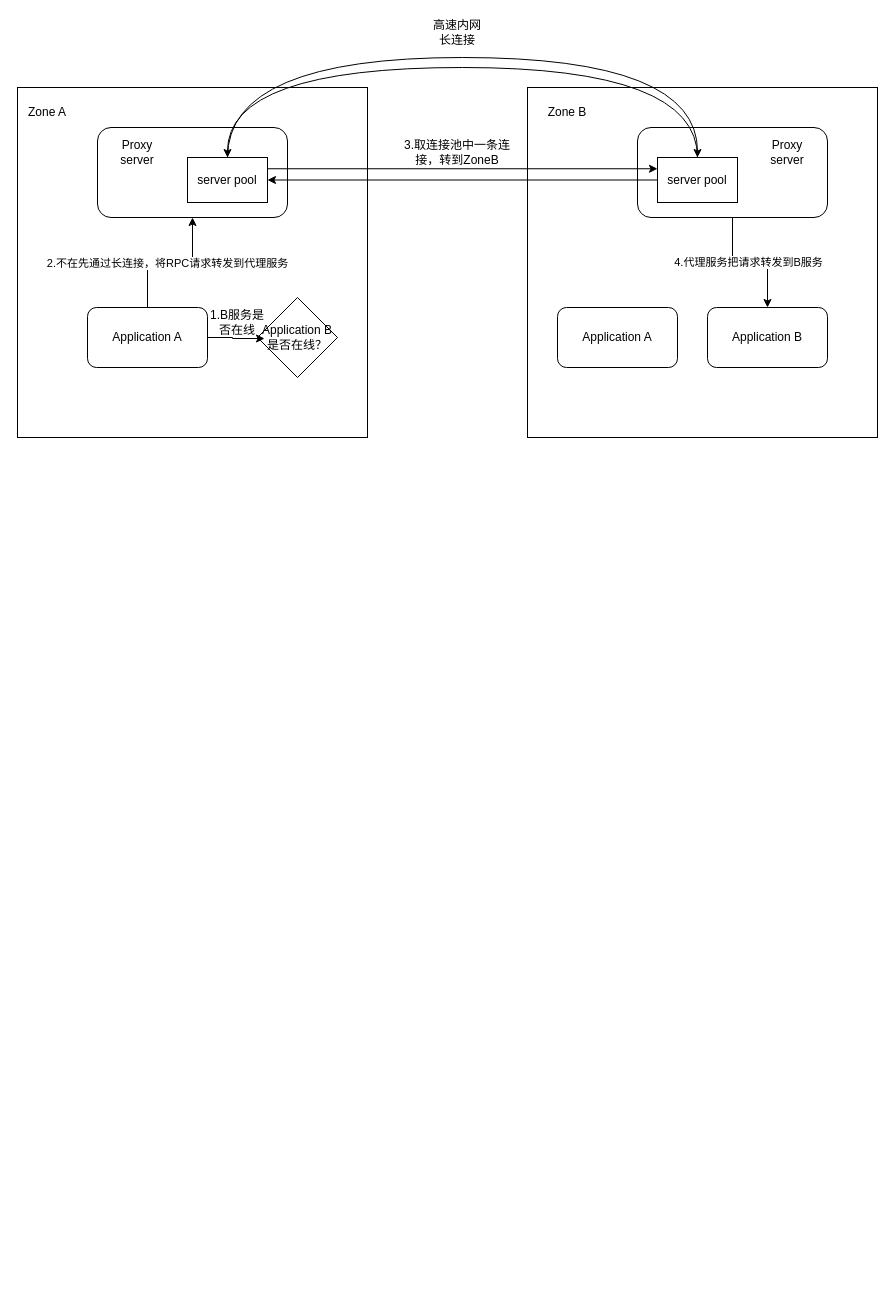
Earlier version of the draw.io diagram miyuan/异地机房.drawio (smallleaf/draw.io). Source tidied: cells renumbered, new cells numbered last; positions are measured from the earlier drawing's top-left corner, leaving out a move shared by most shapes. Both pictures are drawn from the tidied source at 100%, with x=0, y=0 at pixel (17, 17).
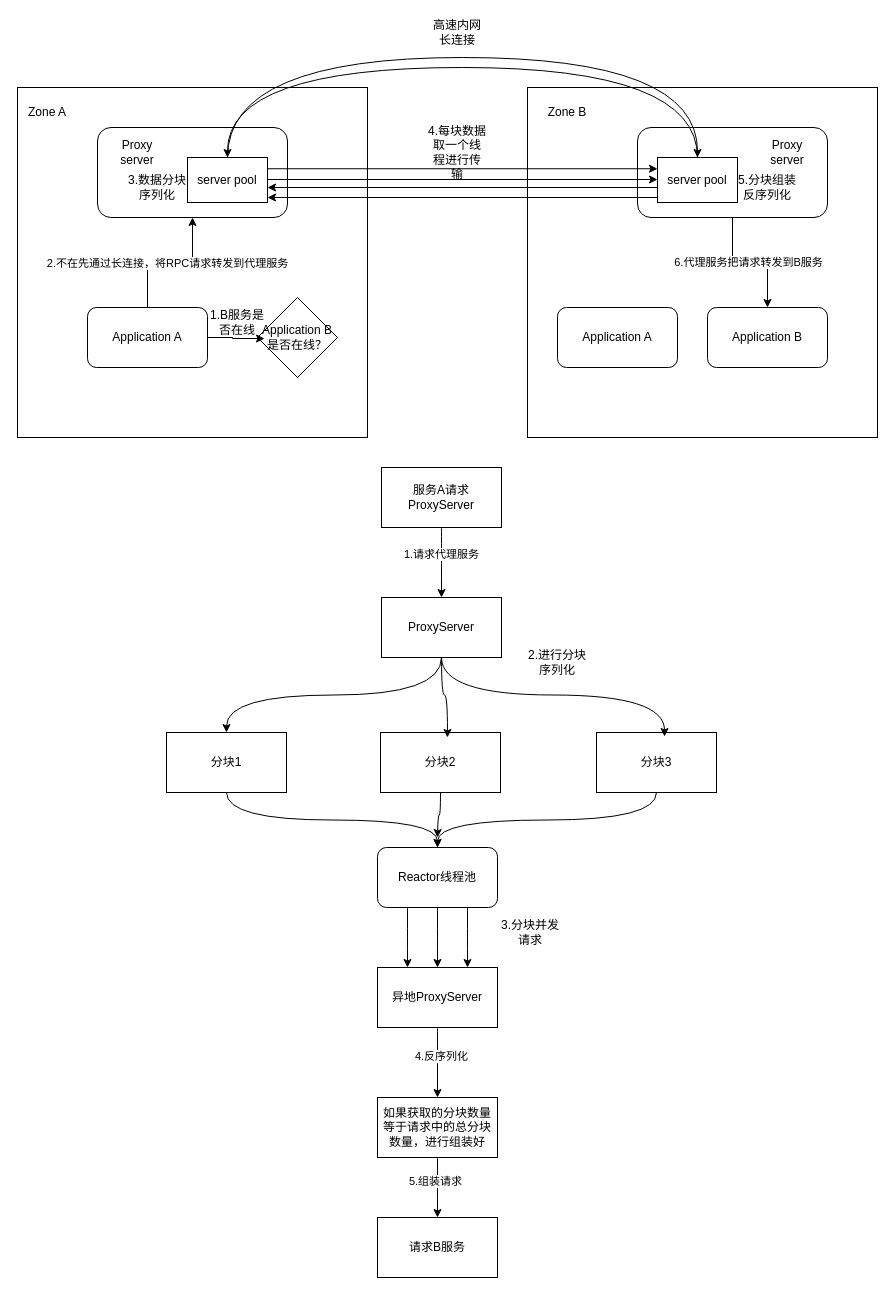
The same diagram, later.

Commit message (it also covers changes not shown here):
更新异地机房.drawio

Unchanged cells that the change refers to:
```xml
<mxCell id="8" style="edgeStyle=orthogonalEdgeStyle;rounded=0;jettySize=auto;html=1;exitX=0.5;exitY=1;exitDx=0;exitDy=0;" parent="1" edge="1" source="10" target="22">
  <mxGeometry relative="1" as="geometry" />
</mxCell>
<mxCell id="14" value="server pool" style="rounded=0;whiteSpace=wrap;html=1;" parent="1" vertex="1">
  <mxGeometry x="170" y="140" width="80" height="45" as="geometry" />
</mxCell>
<mxCell id="17" value="server pool" style="rounded=0;whiteSpace=wrap;html=1;" parent="1" vertex="1">
  <mxGeometry x="640" y="140" width="80" height="45" as="geometry" />
</mxCell>
```

Change to the diagram source:
```diff
@@
-    <mxCell id="9" value="4.代理服务把请求转发到B服务" style="edgeLabel;html=1;align=center;verticalAlign=middle;" parent="8" vertex="1">
+    <mxCell id="9" value="6.代理服务把请求转发到B服务" style="edgeLabel;html=1;align=center;verticalAlign=middle;" parent="8" vertex="1">
       <mxGeometry x="-0.04" y="1" relative="1" as="geometry" />
     </mxCell>
@@
-    <mxCell id="15" style="edgeStyle=orthogonalEdgeStyle;rounded=0;jettySize=auto;html=1;exitX=0;exitY=0.5;exitDx=0;exitDy=0;" parent="1" edge="1" source="17" target="14">
-      <mxGeometry relative="1" as="geometry" />
+    <mxCell id="15" style="edgeStyle=orthogonalEdgeStyle;rounded=0;orthogonalLoop=1;jettySize=auto;html=1;exitX=0;exitY=0.5;exitDx=0;exitDy=0;" parent="1" edge="1">
+      <mxGeometry relative="1" as="geometry">
+        <mxPoint x="640" y="170" as="sourcePoint" />
+        <mxPoint x="250" y="170" as="targetPoint" />
+      </mxGeometry>
     </mxCell>
@@
-    <mxCell id="27" value="3.取连接池中一条连接，转到ZoneB" style="text;html=1;align=center;verticalAlign=middle;whiteSpace=wrap;rounded=0;" parent="1" vertex="1">
-      <mxGeometry x="385" y="120" width="110" height="30" as="geometry" />
-    </mxCell>
+    <mxCell id="28" style="edgeStyle=orthogonalEdgeStyle;rounded=0;orthogonalLoop=1;jettySize=auto;html=1;exitX=1;exitY=0.25;exitDx=0;exitDy=0;entryX=0;entryY=0.25;entryDx=0;entryDy=0;" parent="1" edge="1">
+      <mxGeometry relative="1" as="geometry">
+        <mxPoint x="250" y="162" as="sourcePoint" />
+        <mxPoint x="640" y="162" as="targetPoint" />
+      </mxGeometry>
+    </mxCell>
+    <mxCell id="29" style="edgeStyle=orthogonalEdgeStyle;rounded=0;orthogonalLoop=1;jettySize=auto;html=1;exitX=0;exitY=0.5;exitDx=0;exitDy=0;" parent="1" edge="1">
+      <mxGeometry relative="1" as="geometry">
+        <mxPoint x="640" y="180" as="sourcePoint" />
+        <mxPoint x="250" y="180" as="targetPoint" />
+      </mxGeometry>
+    </mxCell>
+    <mxCell id="30" value="3.数据分块序列化" style="text;html=1;align=center;verticalAlign=middle;whiteSpace=wrap;rounded=0;" parent="1" vertex="1">
+      <mxGeometry x="110" y="155" width="60" height="30" as="geometry" />
+    </mxCell>
+    <mxCell id="31" value="4.每块数据取一个线程进行传输" style="text;html=1;align=center;verticalAlign=middle;whiteSpace=wrap;rounded=0;" parent="1" vertex="1">
+      <mxGeometry x="410" y="120" width="60" height="30" as="geometry" />
+    </mxCell>
+    <mxCell id="32" value="5.分块组装反序列化" style="text;html=1;align=center;verticalAlign=middle;whiteSpace=wrap;rounded=0;" parent="1" vertex="1">
+      <mxGeometry x="720" y="155" width="60" height="30" as="geometry" />
+    </mxCell>
+    <mxCell id="33" style="edgeStyle=orthogonalEdgeStyle;curved=1;rounded=0;jettySize=auto;html=1;exitX=0.5;exitY=1;exitDx=0;exitDy=0;entryX=0.5;entryY=0;entryDx=0;entryDy=0;" parent="1" edge="1" source="35" target="43">
+      <mxGeometry relative="1" as="geometry" />
+    </mxCell>
+    <mxCell id="34" value="1.请求代理服务" style="edgeLabel;html=1;align=center;verticalAlign=middle;" parent="33" vertex="1">
+      <mxGeometry x="-0.26" y="-1" relative="1" as="geometry" />
+    </mxCell>
+    <mxCell id="35" value="服务A请求ProxyServer" style="rounded=0;whiteSpace=wrap;html=1;" parent="1" vertex="1">
+      <mxGeometry x="364" y="450" width="120" height="60" as="geometry" />
+    </mxCell>
+    <mxCell id="36" style="edgeStyle=orthogonalEdgeStyle;curved=1;rounded=0;jettySize=auto;html=1;exitX=0.5;exitY=1;exitDx=0;exitDy=0;entryX=0.5;entryY=0;entryDx=0;entryDy=0;" parent="1" edge="1" source="37" target="50">
+      <mxGeometry relative="1" as="geometry" />
+    </mxCell>
+    <mxCell id="37" value="分块1" style="rounded=0;whiteSpace=wrap;html=1;" parent="1" vertex="1">
+      <mxGeometry x="149" y="715" width="120" height="60" as="geometry" />
+    </mxCell>
+    <mxCell id="38" style="edgeStyle=orthogonalEdgeStyle;curved=1;rounded=0;jettySize=auto;html=1;exitX=0.5;exitY=1;exitDx=0;exitDy=0;" parent="1" edge="1" source="39">
+      <mxGeometry relative="1" as="geometry">
+        <mxPoint x="420" y="820" as="targetPoint" />
+      </mxGeometry>
+    </mxCell>
+    <mxCell id="39" value="分块2" style="rounded=0;whiteSpace=wrap;html=1;" parent="1" vertex="1">
+      <mxGeometry x="363" y="715" width="120" height="60" as="geometry" />
+    </mxCell>
+    <mxCell id="40" style="edgeStyle=orthogonalEdgeStyle;curved=1;rounded=0;jettySize=auto;html=1;exitX=0.5;exitY=1;exitDx=0;exitDy=0;" parent="1" edge="1" source="41" target="50">
+      <mxGeometry relative="1" as="geometry" />
+    </mxCell>
+    <mxCell id="41" value="分块3" style="rounded=0;whiteSpace=wrap;html=1;" parent="1" vertex="1">
+      <mxGeometry x="579" y="715" width="120" height="60" as="geometry" />
+    </mxCell>
+    <mxCell id="42" style="edgeStyle=orthogonalEdgeStyle;curved=1;rounded=0;jettySize=auto;html=1;exitX=0.5;exitY=1;exitDx=0;exitDy=0;entryX=0.5;entryY=0;entryDx=0;entryDy=0;" parent="1" edge="1" source="43" target="37">
+      <mxGeometry relative="1" as="geometry" />
+    </mxCell>
+    <mxCell id="43" value="ProxyServer" style="rounded=0;whiteSpace=wrap;html=1;" parent="1" vertex="1">
+      <mxGeometry x="364" y="580" width="120" height="60" as="geometry" />
+    </mxCell>
+    <mxCell id="44" style="edgeStyle=orthogonalEdgeStyle;curved=1;rounded=0;jettySize=auto;html=1;exitX=0.5;exitY=1;exitDx=0;exitDy=0;entryX=0.558;entryY=0.083;entryDx=0;entryDy=0;entryPerimeter=0;" parent="1" edge="1" source="43" target="39">
+      <mxGeometry relative="1" as="geometry" />
+    </mxCell>
+    <mxCell id="45" style="edgeStyle=orthogonalEdgeStyle;curved=1;rounded=0;jettySize=auto;html=1;exitX=0.5;exitY=1;exitDx=0;exitDy=0;entryX=0.567;entryY=0.067;entryDx=0;entryDy=0;entryPerimeter=0;" parent="1" edge="1" source="43" target="41">
+      <mxGeometry relative="1" as="geometry" />
+    </mxCell>
+    <mxCell id="46" value="2.进行分块序列化" style="text;html=1;align=center;verticalAlign=middle;whiteSpace=wrap;rounded=0;" parent="1" vertex="1">
+      <mxGeometry x="510" y="630" width="60" height="30" as="geometry" />
+    </mxCell>
+    <mxCell id="47" style="edgeStyle=orthogonalEdgeStyle;curved=1;rounded=0;jettySize=auto;html=1;exitX=0.5;exitY=1;exitDx=0;exitDy=0;entryX=0.5;entryY=0;entryDx=0;entryDy=0;" parent="1" edge="1" source="50" target="53">
+      <mxGeometry relative="1" as="geometry" />
+    </mxCell>
+    <mxCell id="48" style="edgeStyle=orthogonalEdgeStyle;curved=1;rounded=0;jettySize=auto;html=1;exitX=0.25;exitY=1;exitDx=0;exitDy=0;entryX=0.25;entryY=0;entryDx=0;entryDy=0;" parent="1" edge="1" source="50" target="53">
+      <mxGeometry relative="1" as="geometry" />
+    </mxCell>
+    <mxCell id="49" style="edgeStyle=orthogonalEdgeStyle;curved=1;rounded=0;jettySize=auto;html=1;exitX=0.75;exitY=1;exitDx=0;exitDy=0;entryX=0.75;entryY=0;entryDx=0;entryDy=0;" parent="1" edge="1" source="50" target="53">
+      <mxGeometry relative="1" as="geometry" />
+    </mxCell>
+    <mxCell id="50" value="Reactor线程池" style="rounded=1;whiteSpace=wrap;html=1;" parent="1" vertex="1">
+      <mxGeometry x="360" y="830" width="120" height="60" as="geometry" />
+    </mxCell>
+    <mxCell id="51" style="edgeStyle=orthogonalEdgeStyle;curved=1;rounded=0;jettySize=auto;html=1;exitX=0.5;exitY=1;exitDx=0;exitDy=0;entryX=0.5;entryY=0;entryDx=0;entryDy=0;" parent="1" edge="1" source="53" target="57">
+      <mxGeometry relative="1" as="geometry" />
+    </mxCell>
+    <mxCell id="52" value="4.反序列化" style="edgeLabel;html=1;align=center;verticalAlign=middle;" parent="51" vertex="1">
+      <mxGeometry x="-0.21" y="3" relative="1" as="geometry" />
+    </mxCell>
+    <mxCell id="53" value="异地ProxyServer" style="rounded=0;whiteSpace=wrap;html=1;" parent="1" vertex="1">
+      <mxGeometry x="360" y="950" width="120" height="60" as="geometry" />
+    </mxCell>
+    <mxCell id="54" value="3.分块并发请求" style="text;html=1;align=center;verticalAlign=middle;whiteSpace=wrap;rounded=0;" parent="1" vertex="1">
+      <mxGeometry x="483" y="900" width="60" height="30" as="geometry" />
+    </mxCell>
+    <mxCell id="55" style="edgeStyle=orthogonalEdgeStyle;curved=1;rounded=0;jettySize=auto;html=1;exitX=0.5;exitY=1;exitDx=0;exitDy=0;entryX=0.5;entryY=0;entryDx=0;entryDy=0;" parent="1" edge="1" source="57" target="58">
+      <mxGeometry relative="1" as="geometry" />
+    </mxCell>
+    <mxCell id="56" value="5.组装请求" style="edgeLabel;html=1;align=center;verticalAlign=middle;" parent="55" vertex="1">
+      <mxGeometry x="-0.22" y="-3" relative="1" as="geometry" />
+    </mxCell>
+    <mxCell id="57" value="如果获取的分块数量等于请求中的总分块数量，进行组装好" style="rounded=0;whiteSpace=wrap;html=1;" parent="1" vertex="1">
+      <mxGeometry x="360" y="1080" width="120" height="60" as="geometry" />
+    </mxCell>
+    <mxCell id="58" value="请求B服务" style="rounded=0;whiteSpace=wrap;html=1;" parent="1" vertex="1">
+      <mxGeometry x="360" y="1200" width="120" height="60" as="geometry" />
+    </mxCell>
```
